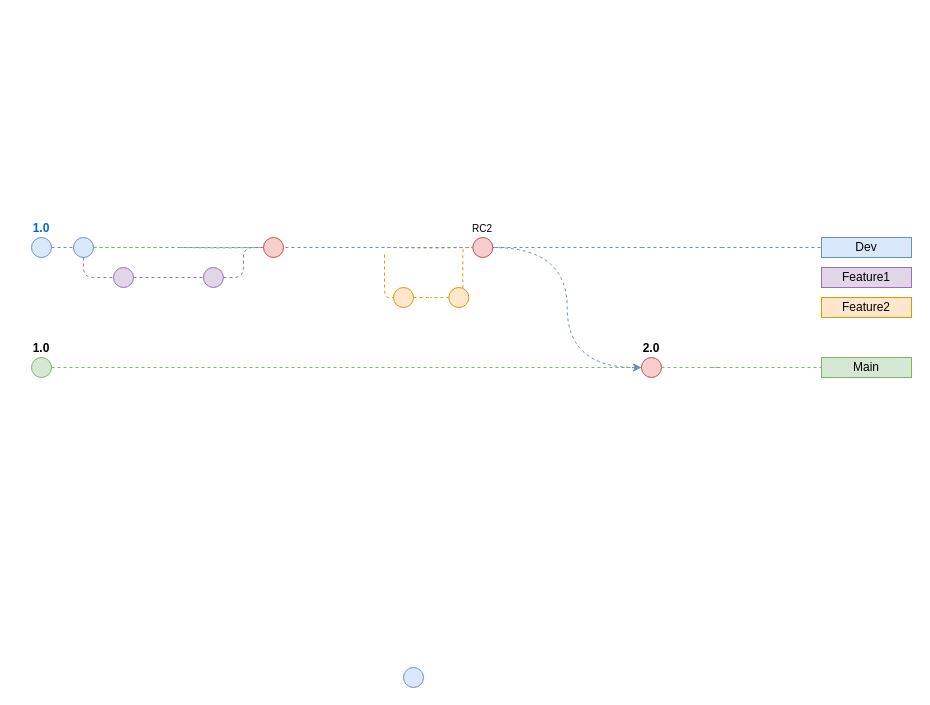
This is Untitled Diagram.drawio from nsubordin81/git-learning-sandbox, a draw.io file, before an edit. Source tidied: cells renumbered, new cells numbered last; positions are measured from the earlier drawing's top-left corner, leaving out a move shared by most shapes. Both pictures are drawn from the tidied source at 100%, with x=0, y=0 at pixel (31, 237).
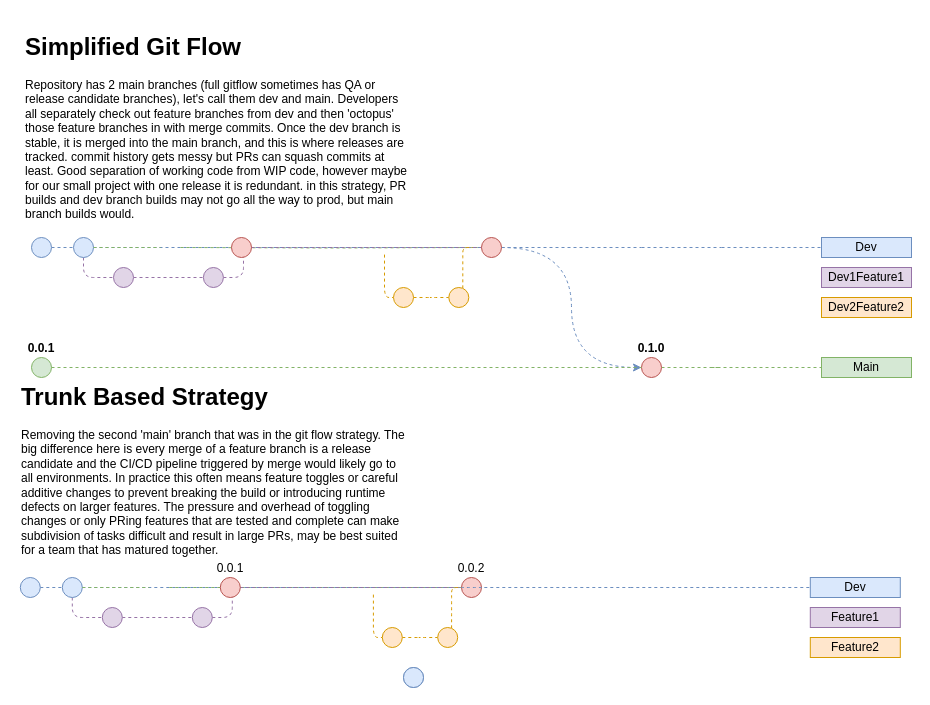
The same diagram, later.

Commit message:
adding two branching strategy diagrams

Unchanged cells that the change refers to:
```xml
<mxCell id="17" style="ellipse;whiteSpace=wrap;html=1;fontSize=10;fillColor=#e1d5e7;strokeColor=#9673a6;" parent="1" vertex="1">
  <mxGeometry x="171.9" y="30" width="20" height="20" as="geometry" />
</mxCell>
<mxCell id="31" style="ellipse;whiteSpace=wrap;html=1;fontSize=10;fillColor=#ffe6cc;strokeColor=#d79b00;" parent="1" vertex="1">
  <mxGeometry x="417.3" y="50" width="20" height="20" as="geometry" />
</mxCell>
```

Diff of the diagram source:
```diff
@@
+    <mxCell id="26" style="edgeStyle=orthogonalEdgeStyle;rounded=0;jettySize=auto;html=1;exitX=1;exitY=0.5;exitDx=0;exitDy=0;entryX=0;entryY=0.5;entryDx=0;entryDy=0;curved=1;dashed=1;fillColor=#dae8fc;strokeColor=#6c8ebf;startArrow=none;" parent="1" edge="1" source="13" target="23">
+      <mxGeometry relative="1" as="geometry" />
+    </mxCell>
+    <mxCell id="33" style="edgeStyle=orthogonalEdgeStyle;rounded=1;jettySize=auto;html=1;dashed=1;endArrow=none;endFill=0;fontSize=10;fontColor=#FFB570;fillColor=#e1d5e7;strokeColor=#9673a6;entryX=0;entryY=0.5;entryDx=0;entryDy=0;" parent="1" edge="1" source="17" target="36">
+      <mxGeometry relative="1" as="geometry">
+        <Array as="points">
+          <mxPoint x="212" y="40" />
+        </Array>
+      </mxGeometry>
+    </mxCell>
@@
-    <mxCell id="3" style="edgeStyle=orthogonalEdgeStyle;rounded=1;jettySize=auto;html=1;dashed=1;endArrow=none;endFill=0;fontSize=10;fontColor=#FFB570;fillColor=#ffe6cc;strokeColor=#d79b00;" parent="1" edge="1" target="27">
+    <mxCell id="3" style="edgeStyle=orthogonalEdgeStyle;rounded=1;orthogonalLoop=1;jettySize=auto;html=1;dashed=1;endArrow=none;endFill=0;fontSize=10;fontColor=#FFB570;fillColor=#ffe6cc;strokeColor=#d79b00;" parent="1" edge="1">
       <mxGeometry relative="1" as="geometry">
         <mxPoint x="356" y="10" as="sourcePoint" />
+        <mxPoint x="441.3" y="10" as="targetPoint" />
       </mxGeometry>
     </mxCell>
@@
-    <mxCell id="5" value="1.0" style="ellipse;whiteSpace=wrap;html=1;fillColor=#dae8fc;strokeColor=#6c8ebf;fontStyle=1;labelPosition=center;verticalLabelPosition=top;align=center;verticalAlign=bottom;fontColor=#0066CC;" parent="1" vertex="1">
-      <mxGeometry width="20" height="20" as="geometry" />
-    </mxCell>
@@
-    <mxCell id="8" style="endArrow=none;dashed=1;html=1;fillColor=#dae8fc;strokeColor=#6c8ebf;" parent="1" edge="1" source="5">
+    <mxCell id="8" style="endArrow=none;dashed=1;html=1;fillColor=#dae8fc;strokeColor=#6c8ebf;" parent="1" edge="1">
       <mxGeometry relative="1" as="geometry">
+        <mxPoint x="20" y="10" as="sourcePoint" />
         <mxPoint x="610" y="10" as="targetPoint" />
       </mxGeometry>
     </mxCell>
@@
-    <mxCell id="13" style="ellipse;whiteSpace=wrap;html=1;fillColor=#f8cecc;strokeColor=#b85450;" parent="1" vertex="1">
-      <mxGeometry x="232" width="20" height="20" as="geometry" />
-    </mxCell>
@@
-    <mxCell id="16" style="edgeStyle=orthogonalEdgeStyle;rounded=1;jettySize=auto;html=1;dashed=1;endArrow=none;endFill=0;fontSize=10;fontColor=#FFB570;fillColor=#e1d5e7;strokeColor=#9673a6;entryX=0;entryY=0.5;entryDx=0;entryDy=0;" parent="1" edge="1" source="17" target="13">
+    <mxCell id="16" style="edgeStyle=orthogonalEdgeStyle;rounded=1;jettySize=auto;html=1;dashed=1;endArrow=none;endFill=0;fontSize=10;fontColor=#FFB570;fillColor=#e1d5e7;strokeColor=#9673a6;entryX=0;entryY=0.5;entryDx=0;entryDy=0;startArrow=none;" parent="1" edge="1" source="36" target="13">
       <mxGeometry relative="1" as="geometry">
         <Array as="points">
-          <mxPoint x="212" y="40" />
           <mxPoint x="212" y="10" />
         </Array>
       </mxGeometry>
     </mxCell>
@@
-    <mxCell id="20" value="1.0" style="ellipse;whiteSpace=wrap;html=1;fillColor=#d5e8d4;strokeColor=#82b366;fontStyle=1;labelPosition=center;verticalLabelPosition=top;align=center;verticalAlign=bottom;" parent="1" vertex="1">
+    <mxCell id="20" value="0.0.1" style="ellipse;whiteSpace=wrap;html=1;fillColor=#d5e8d4;strokeColor=#82b366;fontStyle=1;labelPosition=center;verticalLabelPosition=top;align=center;verticalAlign=bottom;" parent="1" vertex="1">
       <mxGeometry y="120" width="20" height="20" as="geometry" />
     </mxCell>
@@
-    <mxCell id="23" value="2.0" style="ellipse;whiteSpace=wrap;html=1;fillColor=#f8cecc;strokeColor=#b85450;fontStyle=1;labelPosition=center;verticalLabelPosition=top;align=center;verticalAlign=bottom;" parent="1" vertex="1">
+    <mxCell id="23" value="0.1.0" style="ellipse;whiteSpace=wrap;html=1;fillColor=#f8cecc;strokeColor=#b85450;fontStyle=1;labelPosition=center;verticalLabelPosition=top;align=center;verticalAlign=bottom;" parent="1" vertex="1">
       <mxGeometry x="610" y="120" width="20" height="20" as="geometry" />
     </mxCell>
@@
-    <mxCell id="25" value="Feature1" style="text;html=1;strokeColor=#9673a6;fillColor=#e1d5e7;align=center;verticalAlign=middle;whiteSpace=wrap;rounded=0;" parent="1" vertex="1">
+    <mxCell id="25" value="Dev1Feature1" style="text;html=1;strokeColor=#9673a6;fillColor=#e1d5e7;align=center;verticalAlign=middle;whiteSpace=wrap;rounded=0;" parent="1" vertex="1">
       <mxGeometry x="790" y="30" width="90" height="20" as="geometry" />
     </mxCell>
-    <mxCell id="26" style="edgeStyle=orthogonalEdgeStyle;rounded=0;jettySize=auto;html=1;exitX=1;exitY=0.5;exitDx=0;exitDy=0;entryX=0;entryY=0.5;entryDx=0;entryDy=0;curved=1;dashed=1;fillColor=#dae8fc;strokeColor=#6c8ebf;" parent="1" edge="1" source="27" target="23">
-      <mxGeometry relative="1" as="geometry" />
-    </mxCell>
-    <mxCell id="27" value="RC2" style="ellipse;whiteSpace=wrap;html=1;fontSize=10;labelPosition=center;verticalLabelPosition=top;align=center;verticalAlign=bottom;fillColor=#f8cecc;strokeColor=#b85450;" parent="1" vertex="1">
-      <mxGeometry x="441.3" width="20" height="20" as="geometry" />
-    </mxCell>
@@
-    <mxCell id="30" style="edgeStyle=orthogonalEdgeStyle;rounded=1;jettySize=auto;html=1;dashed=1;endArrow=none;endFill=0;fontSize=12;fontColor=#FFB570;fillColor=#ffe6cc;strokeColor=#d79b00;entryX=0;entryY=0.5;entryDx=0;entryDy=0;" parent="1" edge="1" source="31" target="27">
+    <mxCell id="30" style="edgeStyle=orthogonalEdgeStyle;rounded=1;jettySize=auto;html=1;dashed=1;endArrow=none;endFill=0;fontSize=12;fontColor=#FFB570;fillColor=#ffe6cc;strokeColor=#d79b00;entryX=0;entryY=0.5;entryDx=0;entryDy=0;" parent="1" edge="1" source="31">
       <mxGeometry relative="1" as="geometry">
+        <mxPoint x="441.3" y="10" as="targetPoint" />
         <Array as="points">
           <mxPoint x="431.3" y="30" />
           <mxPoint x="431.3" y="10" />
         </Array>
       </mxGeometry>
     </mxCell>
@@
-    <mxCell id="32" value="Feature2" style="text;html=1;strokeColor=#d79b00;fillColor=#ffe6cc;align=center;verticalAlign=middle;whiteSpace=wrap;rounded=0;" parent="1" vertex="1">
+    <mxCell id="32" value="Dev2Feature2" style="text;html=1;strokeColor=#d79b00;fillColor=#ffe6cc;align=center;verticalAlign=middle;whiteSpace=wrap;rounded=0;" parent="1" vertex="1">
       <mxGeometry x="790" y="60" width="90" height="20" as="geometry" />
     </mxCell>
+    <mxCell id="34" style="ellipse;whiteSpace=wrap;html=1;fillColor=#dae8fc;strokeColor=#6c8ebf;" parent="1" vertex="1">
+      <mxGeometry width="20" height="20" as="geometry" />
+    </mxCell>
+    <mxCell id="35" style="edgeStyle=orthogonalEdgeStyle;rounded=0;jettySize=auto;html=1;exitX=1;exitY=0.5;exitDx=0;exitDy=0;entryX=0;entryY=0.5;entryDx=0;entryDy=0;curved=1;dashed=1;fillColor=#dae8fc;strokeColor=#6c8ebf;endArrow=none;" parent="1" edge="1" target="13">
+      <mxGeometry relative="1" as="geometry">
+        <mxPoint x="461.3" y="10" as="sourcePoint" />
+      </mxGeometry>
+    </mxCell>
+    <mxCell id="36" style="ellipse;whiteSpace=wrap;html=1;fillColor=#f8cecc;strokeColor=#b85450;" parent="1" vertex="1">
+      <mxGeometry x="200" width="20" height="20" as="geometry" />
+    </mxCell>
+    <mxCell id="13" style="ellipse;whiteSpace=wrap;html=1;fillColor=#f8cecc;strokeColor=#b85450;" parent="1" vertex="1">
+      <mxGeometry x="450" width="20" height="20" as="geometry" />
+    </mxCell>
+    <mxCell id="37" value="&lt;h1&gt;Simplified Git Flow&lt;/h1&gt;&lt;p&gt;Repository has 2 main branches (full gitflow sometimes has QA or release candidate branches), let's call them dev and main. Developers all separately check out feature branches from dev and then 'octopus' those feature branches in with merge commits. Once the dev branch is stable, it is merged into the main branch, and this is where releases are tracked. commit history gets messy but PRs can squash commits at least. Good separation of working code from WIP code, however maybe for our small project with one release it is redundant. in this strategy, PR builds and dev branch builds may not go all the way to prod, but main branch builds would.&amp;nbsp;&lt;/p&gt;" style="text;html=1;strokeColor=none;fillColor=none;spacing=5;spacingTop=-20;whiteSpace=wrap;overflow=hidden;rounded=0;" parent="1" vertex="1">
+      <mxGeometry x="-11.2" y="-210" width="393" height="200" as="geometry" />
+    </mxCell>
+    <mxCell id="38" style="edgeStyle=orthogonalEdgeStyle;rounded=1;jettySize=auto;html=1;dashed=1;endArrow=none;endFill=0;fontSize=10;fontColor=#FFB570;fillColor=#e1d5e7;strokeColor=#9673a6;entryX=0;entryY=0.5;entryDx=0;entryDy=0;" parent="1" edge="1" source="52" target="62">
+      <mxGeometry relative="1" as="geometry">
+        <Array as="points">
+          <mxPoint x="200.8" y="380" />
+        </Array>
+      </mxGeometry>
+    </mxCell>
+    <mxCell id="39" style="edgeStyle=orthogonalEdgeStyle;rounded=1;jettySize=auto;html=1;dashed=1;endArrow=none;endFill=0;fontSize=12;fontColor=#FFB570;fillColor=#ffe6cc;strokeColor=#d79b00;exitX=1;exitY=1;exitDx=0;exitDy=0;" parent="1" edge="1" target="56">
+      <mxGeometry relative="1" as="geometry">
+        <mxPoint x="341.9" y="357.1" as="sourcePoint" />
+        <Array as="points">
+          <mxPoint x="341.8" y="400" />
+        </Array>
+      </mxGeometry>
+    </mxCell>
+    <mxCell id="40" style="edgeStyle=orthogonalEdgeStyle;rounded=1;orthogonalLoop=1;jettySize=auto;html=1;dashed=1;endArrow=none;endFill=0;fontSize=10;fontColor=#FFB570;fillColor=#ffe6cc;strokeColor=#d79b00;" parent="1" edge="1">
+      <mxGeometry relative="1" as="geometry">
+        <mxPoint x="344.8" y="350" as="sourcePoint" />
+        <mxPoint x="430.1" y="350" as="targetPoint" />
+      </mxGeometry>
+    </mxCell>
+    <mxCell id="41" style="endArrow=none;dashed=1;html=1;fillColor=#dae8fc;strokeColor=#6c8ebf;" parent="1" edge="1" target="42">
+      <mxGeometry relative="1" as="geometry">
+        <mxPoint x="678.8" y="350" as="sourcePoint" />
+      </mxGeometry>
+    </mxCell>
+    <mxCell id="42" value="Dev" style="text;html=1;strokeColor=#6c8ebf;fillColor=#dae8fc;align=center;verticalAlign=middle;whiteSpace=wrap;rounded=0;" parent="1" vertex="1">
+      <mxGeometry x="778.8" y="340" width="90" height="20" as="geometry" />
+    </mxCell>
+    <mxCell id="43" style="endArrow=none;dashed=1;html=1;fillColor=#dae8fc;strokeColor=#6c8ebf;" parent="1" edge="1">
+      <mxGeometry relative="1" as="geometry">
+        <mxPoint x="598.8" y="350" as="sourcePoint" />
+        <mxPoint x="678.8" y="350" as="targetPoint" />
+      </mxGeometry>
+    </mxCell>
+    <mxCell id="44" style="endArrow=none;dashed=1;html=1;fillColor=#dae8fc;strokeColor=#6c8ebf;" parent="1" edge="1">
+      <mxGeometry relative="1" as="geometry">
+        <mxPoint x="8.8" y="350" as="sourcePoint" />
+        <mxPoint x="598.8" y="350" as="targetPoint" />
+      </mxGeometry>
+    </mxCell>
+    <mxCell id="45" style="ellipse;whiteSpace=wrap;html=1;fillColor=#dae8fc;strokeColor=#6c8ebf;" parent="44" vertex="1">
+      <mxGeometry x="372" y="430" width="20" height="20" as="geometry" />
+    </mxCell>
+    <mxCell id="46" style="edgeStyle=orthogonalEdgeStyle;rounded=1;jettySize=auto;html=1;dashed=1;endArrow=none;endFill=0;fontSize=10;fontColor=#FFB570;fillColor=#e1d5e7;strokeColor=#9673a6;" parent="1" edge="1" source="47" target="53">
+      <mxGeometry relative="1" as="geometry">
+        <Array as="points">
+          <mxPoint x="40.8" y="360" />
+        </Array>
+      </mxGeometry>
+    </mxCell>
+    <mxCell id="47" style="ellipse;whiteSpace=wrap;html=1;fillColor=#dae8fc;strokeColor=#6c8ebf;" parent="1" vertex="1">
+      <mxGeometry x="30.8" y="340" width="20" height="20" as="geometry" />
+    </mxCell>
+    <mxCell id="48" style="edgeStyle=orthogonalEdgeStyle;rounded=1;jettySize=auto;html=1;dashed=1;endArrow=none;endFill=0;fillColor=#d5e8d4;strokeColor=#82b366;" parent="1" edge="1" source="47">
+      <mxGeometry relative="1" as="geometry">
+        <mxPoint x="117.8" y="350" as="targetPoint" />
+      </mxGeometry>
+    </mxCell>
+    <mxCell id="49" style="edgeStyle=orthogonalEdgeStyle;rounded=1;orthogonalLoop=1;jettySize=auto;html=1;dashed=1;endArrow=none;endFill=0;fillColor=#d5e8d4;strokeColor=#82b366;" parent="1" edge="1">
+      <mxGeometry relative="1" as="geometry">
+        <mxPoint x="137.8" y="350" as="sourcePoint" />
+        <mxPoint x="438.8" y="350" as="targetPoint" />
+      </mxGeometry>
+    </mxCell>
+    <mxCell id="50" style="edgeStyle=orthogonalEdgeStyle;rounded=1;jettySize=auto;html=1;dashed=1;endArrow=none;endFill=0;fontSize=10;fontColor=#FFB570;fillColor=#e1d5e7;strokeColor=#9673a6;" parent="1" edge="1" source="53" target="52">
+      <mxGeometry relative="1" as="geometry" />
+    </mxCell>
+    <mxCell id="51" style="edgeStyle=orthogonalEdgeStyle;rounded=1;jettySize=auto;html=1;dashed=1;endArrow=none;endFill=0;fontSize=10;fontColor=#FFB570;fillColor=#e1d5e7;strokeColor=#9673a6;entryX=0;entryY=0.5;entryDx=0;entryDy=0;startArrow=none;" parent="1" edge="1" source="62">
+      <mxGeometry relative="1" as="geometry">
+        <mxPoint x="438.8" y="350" as="targetPoint" />
+        <Array as="points">
+          <mxPoint x="200.8" y="350" />
+        </Array>
+      </mxGeometry>
+    </mxCell>
+    <mxCell id="52" style="ellipse;whiteSpace=wrap;html=1;fontSize=10;fillColor=#e1d5e7;strokeColor=#9673a6;" parent="1" vertex="1">
+      <mxGeometry x="160.8" y="370" width="20" height="20" as="geometry" />
+    </mxCell>
+    <mxCell id="53" style="ellipse;whiteSpace=wrap;html=1;fontSize=10;fillColor=#e1d5e7;strokeColor=#9673a6;" parent="1" vertex="1">
+      <mxGeometry x="70.8" y="370" width="20" height="20" as="geometry" />
+    </mxCell>
+    <mxCell id="54" value="Feature1" style="text;html=1;strokeColor=#9673a6;fillColor=#e1d5e7;align=center;verticalAlign=middle;whiteSpace=wrap;rounded=0;" parent="1" vertex="1">
+      <mxGeometry x="778.8" y="370" width="90" height="20" as="geometry" />
+    </mxCell>
+    <mxCell id="55" style="edgeStyle=orthogonalEdgeStyle;rounded=1;jettySize=auto;html=1;dashed=1;endArrow=none;endFill=0;fontSize=12;fontColor=#FFB570;fillColor=#ffe6cc;strokeColor=#d79b00;" parent="1" edge="1" source="56" target="58">
+      <mxGeometry relative="1" as="geometry" />
+    </mxCell>
+    <mxCell id="56" style="ellipse;whiteSpace=wrap;html=1;fontSize=10;fillColor=#ffe6cc;strokeColor=#d79b00;" parent="1" vertex="1">
+      <mxGeometry x="350.8" y="390" width="20" height="20" as="geometry" />
+    </mxCell>
+    <mxCell id="57" style="edgeStyle=orthogonalEdgeStyle;rounded=1;jettySize=auto;html=1;dashed=1;endArrow=none;endFill=0;fontSize=12;fontColor=#FFB570;fillColor=#ffe6cc;strokeColor=#d79b00;entryX=0;entryY=0.5;entryDx=0;entryDy=0;" parent="1" edge="1" source="58">
+      <mxGeometry relative="1" as="geometry">
+        <mxPoint x="430.1" y="350" as="targetPoint" />
+        <Array as="points">
+          <mxPoint x="420.1" y="370" />
+          <mxPoint x="420.1" y="350" />
+        </Array>
+      </mxGeometry>
+    </mxCell>
+    <mxCell id="58" style="ellipse;whiteSpace=wrap;html=1;fontSize=10;fillColor=#ffe6cc;strokeColor=#d79b00;" parent="1" vertex="1">
+      <mxGeometry x="406.2" y="390" width="20" height="20" as="geometry" />
+    </mxCell>
+    <mxCell id="59" value="Feature2" style="text;html=1;strokeColor=#d79b00;fillColor=#ffe6cc;align=center;verticalAlign=middle;whiteSpace=wrap;rounded=0;" parent="1" vertex="1">
+      <mxGeometry x="778.8" y="400" width="90" height="20" as="geometry" />
+    </mxCell>
+    <mxCell id="60" style="ellipse;whiteSpace=wrap;html=1;fillColor=#dae8fc;strokeColor=#6c8ebf;" parent="1" vertex="1">
+      <mxGeometry x="-11.2" y="340" width="20" height="20" as="geometry" />
+    </mxCell>
+    <mxCell id="61" style="edgeStyle=orthogonalEdgeStyle;rounded=0;jettySize=auto;html=1;exitX=1;exitY=0.5;exitDx=0;exitDy=0;entryX=0;entryY=0.5;entryDx=0;entryDy=0;curved=1;dashed=1;fillColor=#dae8fc;strokeColor=#6c8ebf;endArrow=none;startArrow=none;" parent="1" edge="1" source="64">
+      <mxGeometry relative="1" as="geometry">
+        <mxPoint x="438.8" y="350" as="targetPoint" />
+      </mxGeometry>
+    </mxCell>
+    <mxCell id="62" value="0.0.1" style="ellipse;whiteSpace=wrap;html=1;fillColor=#f8cecc;strokeColor=#b85450;labelPosition=center;verticalLabelPosition=top;align=center;verticalAlign=bottom;" parent="1" vertex="1">
+      <mxGeometry x="188.8" y="340" width="20" height="20" as="geometry" />
+    </mxCell>
+    <mxCell id="63" value="&lt;h1&gt;Trunk Based Strategy&lt;/h1&gt;&lt;p&gt;Removing the second 'main' branch that was in the git flow strategy. The big difference here is every merge of a feature branch is a release candidate and the CI/CD pipeline triggered by merge would likely go to all environments. In practice this often means feature toggles or careful additive changes to prevent breaking the build or introducing runtime defects on larger features. The pressure and overhead of toggling changes or only PRing features that are tested and complete can make subdivision of tasks difficult and result in large PRs, may be best suited for a team that has matured together.&amp;nbsp;&lt;/p&gt;" style="text;html=1;strokeColor=none;fillColor=none;spacing=5;spacingTop=-20;whiteSpace=wrap;overflow=hidden;rounded=0;" parent="1" vertex="1">
+      <mxGeometry x="-14.6" y="140" width="393" height="190" as="geometry" />
+    </mxCell>
+    <mxCell id="64" value="0.0.2" style="ellipse;whiteSpace=wrap;html=1;fillColor=#f8cecc;strokeColor=#b85450;labelPosition=center;verticalLabelPosition=top;align=center;verticalAlign=bottom;" parent="1" vertex="1">
+      <mxGeometry x="430" y="340" width="20" height="20" as="geometry" />
+    </mxCell>
+    <mxCell id="65" style="edgeStyle=orthogonalEdgeStyle;rounded=0;jettySize=auto;html=1;exitX=1;exitY=0.5;exitDx=0;exitDy=0;entryX=0;entryY=0.5;entryDx=0;entryDy=0;curved=1;dashed=1;fillColor=#dae8fc;strokeColor=#6c8ebf;endArrow=none;" parent="1" edge="1" target="64">
+      <mxGeometry relative="1" as="geometry">
+        <mxPoint x="450.1" y="350" as="sourcePoint" />
+      </mxGeometry>
+    </mxCell>
```
